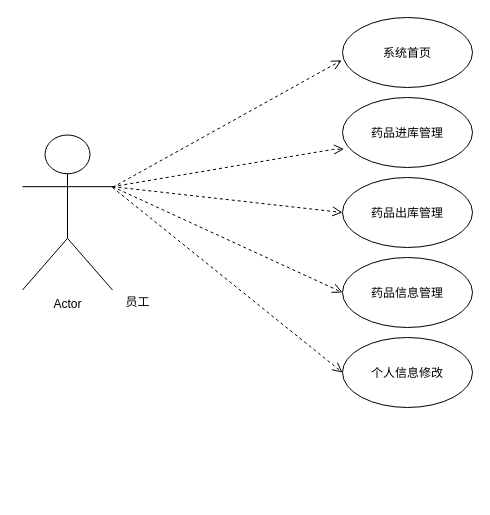
Before: 未命名绘图.drawio in newbie-jiang/AES, a draw.io diagram. Source tidied: cells renumbered, new cells numbered last; positions are measured from the earlier drawing's top-left corner, leaving out a move shared by most shapes. Both pictures are drawn from the tidied source at 100%, with x=0, y=0 at pixel (22, 17).
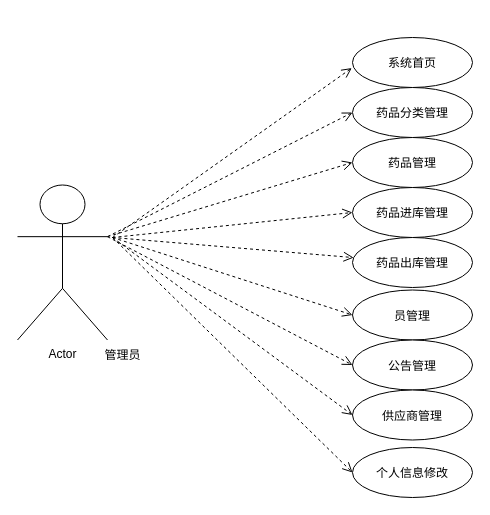
The same diagram, later.

Commit message (it also covers changes not shown here):
更新未命名绘图.drawio

Diff of the diagram source:
```diff
@@
     <mxCell id="2" value="Actor" style="shape=umlActor;verticalLabelPosition=bottom;verticalAlign=top;html=1;fontFamily=Helvetica;" parent="1" vertex="1">
-      <mxGeometry y="117.5" width="90" height="155" as="geometry" />
+      <mxGeometry x="-5" y="167.5" width="90" height="155" as="geometry" />
     </mxCell>
     <mxCell id="3" value="系统首页" style="ellipse;" parent="1" vertex="1">
-      <mxGeometry x="320" width="130" height="70" as="geometry" />
+      <mxGeometry x="330" y="20" width="120" height="50" as="geometry" />
     </mxCell>
     <mxCell id="4" style="endArrow=open;startArrow=none;endFill=0;startFill=0;endSize=8;html=1;verticalAlign=bottom;dashed=1;labelBackgroundColor=none;rounded=0;entryX=-0.006;entryY=0.611;entryDx=0;entryDy=0;entryPerimeter=0;" parent="1" edge="1" target="3">
       <mxGeometry y="30" relative="1" as="geometry">
-        <mxPoint x="90" y="170" as="sourcePoint" />
+        <mxPoint x="90" y="220" as="sourcePoint" />
       </mxGeometry>
     </mxCell>
-    <mxCell id="5" value="员工" style="text;html=1;align=center;verticalAlign=middle;strokeColor=none;fillColor=none;" parent="1" vertex="1">
-      <mxGeometry x="90" y="270" width="50" height="30" as="geometry" />
+    <mxCell id="5" value="管理员" style="text;html=1;align=center;verticalAlign=middle;strokeColor=none;fillColor=none;" parent="1" vertex="1">
+      <mxGeometry x="70" y="322.5" width="60" height="30" as="geometry" />
     </mxCell>
-    <mxCell id="6" value="药品进库管理" style="ellipse;" parent="1" vertex="1">
-      <mxGeometry x="320" y="80" width="130" height="70" as="geometry" />
-    </mxCell>
-    <mxCell id="7" value="药品出库管理" style="ellipse;" parent="1" vertex="1">
-      <mxGeometry x="320" y="160" width="130" height="70" as="geometry" />
-    </mxCell>
-    <mxCell id="8" value="药品信息管理" style="ellipse;" parent="1" vertex="1">
-      <mxGeometry x="320" y="240" width="130" height="70" as="geometry" />
-    </mxCell>
-    <mxCell id="9" value="个人信息修改" style="ellipse;" parent="1" vertex="1">
-      <mxGeometry x="320" y="320" width="130" height="70" as="geometry" />
-    </mxCell>
-    <mxCell id="10" style="endArrow=open;startArrow=none;endFill=0;startFill=0;endSize=8;html=1;verticalAlign=bottom;dashed=1;labelBackgroundColor=none;rounded=0;exitX=1;exitY=0.3333333333333333;exitDx=0;exitDy=0;exitPerimeter=0;entryX=0.012;entryY=0.737;entryDx=0;entryDy=0;entryPerimeter=0;" parent="1" edge="1" source="2" target="6">
-      <mxGeometry y="30" relative="1" as="geometry">
-        <Array as="points">
-          <mxPoint x="310" y="132" />
-        </Array>
-      </mxGeometry>
-    </mxCell>
-    <mxCell id="11" style="endArrow=open;startArrow=none;endFill=0;startFill=0;endSize=8;html=1;verticalAlign=bottom;dashed=1;labelBackgroundColor=none;rounded=0;entryX=0;entryY=0.5;entryDx=0;entryDy=0;exitX=1;exitY=0.3333333333333333;exitDx=0;exitDy=0;exitPerimeter=0;" parent="1" edge="1" source="2" target="7">
+    <mxCell id="11" style="endArrow=open;startArrow=none;endFill=0;startFill=0;endSize=8;html=1;verticalAlign=bottom;dashed=1;labelBackgroundColor=none;rounded=0;entryX=0;entryY=0.5;entryDx=0;entryDy=0;exitX=1;exitY=0.3333333333333333;exitDx=0;exitDy=0;exitPerimeter=0;" parent="1" edge="1" source="2" target="15">
       <mxGeometry y="30" relative="1" as="geometry" />
     </mxCell>
-    <mxCell id="12" style="endArrow=open;startArrow=none;endFill=0;startFill=0;endSize=8;html=1;verticalAlign=bottom;dashed=1;labelBackgroundColor=none;rounded=0;entryX=0;entryY=0.5;entryDx=0;entryDy=0;exitX=1;exitY=0.3333333333333333;exitDx=0;exitDy=0;exitPerimeter=0;" parent="1" edge="1" source="2" target="8">
+    <mxCell id="12" style="endArrow=open;startArrow=none;endFill=0;startFill=0;endSize=8;html=1;verticalAlign=bottom;dashed=1;labelBackgroundColor=none;rounded=0;entryX=0;entryY=0.5;entryDx=0;entryDy=0;exitX=1;exitY=0.3333333333333333;exitDx=0;exitDy=0;exitPerimeter=0;" parent="1" edge="1" source="2" target="14">
       <mxGeometry y="30" relative="1" as="geometry" />
     </mxCell>
-    <mxCell id="13" style="endArrow=open;startArrow=none;endFill=0;startFill=0;endSize=8;html=1;verticalAlign=bottom;dashed=1;labelBackgroundColor=none;rounded=0;entryX=0;entryY=0.5;entryDx=0;entryDy=0;" parent="1" edge="1" target="9">
-      <mxGeometry y="30" relative="1" as="geometry">
-        <mxPoint x="90" y="170" as="sourcePoint" />
-      </mxGeometry>
+    <mxCell id="13" style="endArrow=open;startArrow=none;endFill=0;startFill=0;endSize=8;html=1;verticalAlign=bottom;dashed=1;labelBackgroundColor=none;rounded=0;entryX=0;entryY=0.5;entryDx=0;entryDy=0;exitX=1;exitY=0.3333333333333333;exitDx=0;exitDy=0;exitPerimeter=0;" parent="1" edge="1" source="2" target="17">
+      <mxGeometry y="30" relative="1" as="geometry" />
     </mxCell>
+    <mxCell id="14" value="药品管理" style="ellipse;" parent="1" vertex="1">
+      <mxGeometry x="330" y="120" width="120" height="50" as="geometry" />
+    </mxCell>
+    <mxCell id="15" value="药品分类管理" style="ellipse;" parent="1" vertex="1">
+      <mxGeometry x="330" y="70" width="120" height="50" as="geometry" />
+    </mxCell>
+    <mxCell id="6" value="药品进库管理" style="ellipse;" parent="1" vertex="1">
+      <mxGeometry x="330" y="170" width="120" height="50" as="geometry" />
+    </mxCell>
+    <mxCell id="7" value="药品出库管理" style="ellipse;" parent="1" vertex="1">
+      <mxGeometry x="330" y="220" width="120" height="50" as="geometry" />
+    </mxCell>
+    <mxCell id="16" value="员管理" style="ellipse;" parent="1" vertex="1">
+      <mxGeometry x="330" y="272.5" width="120" height="50" as="geometry" />
+    </mxCell>
+    <mxCell id="17" value="公告管理" style="ellipse;" parent="1" vertex="1">
+      <mxGeometry x="330" y="322.5" width="120" height="50" as="geometry" />
+    </mxCell>
+    <mxCell id="18" value="供应商管理" style="ellipse;" parent="1" vertex="1">
+      <mxGeometry x="330" y="372.5" width="120" height="50" as="geometry" />
+    </mxCell>
+    <mxCell id="9" value="个人信息修改" style="ellipse;" parent="1" vertex="1">
+      <mxGeometry x="330" y="430" width="120" height="50" as="geometry" />
+    </mxCell>
+    <mxCell id="19" style="endArrow=open;startArrow=none;endFill=0;startFill=0;endSize=8;html=1;verticalAlign=bottom;dashed=1;labelBackgroundColor=none;rounded=0;entryX=0;entryY=0.5;entryDx=0;entryDy=0;" parent="1" edge="1" target="6">
+      <mxGeometry y="30" relative="1" as="geometry">
+        <mxPoint x="90" y="220" as="sourcePoint" />
+      </mxGeometry>
+    </mxCell>
+    <mxCell id="20" style="endArrow=open;startArrow=none;endFill=0;startFill=0;endSize=8;html=1;verticalAlign=bottom;dashed=1;labelBackgroundColor=none;rounded=0;" parent="1" edge="1" target="7">
+      <mxGeometry y="30" relative="1" as="geometry">
+        <mxPoint x="90" y="220" as="sourcePoint" />
+      </mxGeometry>
+    </mxCell>
+    <mxCell id="21" style="endArrow=open;startArrow=none;endFill=0;startFill=0;endSize=8;html=1;verticalAlign=bottom;dashed=1;labelBackgroundColor=none;rounded=0;entryX=0;entryY=0.5;entryDx=0;entryDy=0;" parent="1" edge="1" target="16">
+      <mxGeometry y="30" relative="1" as="geometry">
+        <mxPoint x="90" y="220" as="sourcePoint" />
+      </mxGeometry>
+    </mxCell>
+    <mxCell id="22" style="endArrow=open;startArrow=none;endFill=0;startFill=0;endSize=8;html=1;verticalAlign=bottom;dashed=1;labelBackgroundColor=none;rounded=0;entryX=0;entryY=0.5;entryDx=0;entryDy=0;" parent="1" edge="1" target="18">
+      <mxGeometry y="30" relative="1" as="geometry">
+        <mxPoint x="90" y="220" as="sourcePoint" />
+      </mxGeometry>
+    </mxCell>
+    <mxCell id="23" style="endArrow=open;startArrow=none;endFill=0;startFill=0;endSize=8;html=1;verticalAlign=bottom;dashed=1;labelBackgroundColor=none;rounded=0;entryX=0;entryY=0.5;entryDx=0;entryDy=0;" parent="1" edge="1" target="9">
+      <mxGeometry y="30" relative="1" as="geometry">
+        <mxPoint x="90" y="220" as="sourcePoint" />
+      </mxGeometry>
+    </mxCell>
```
